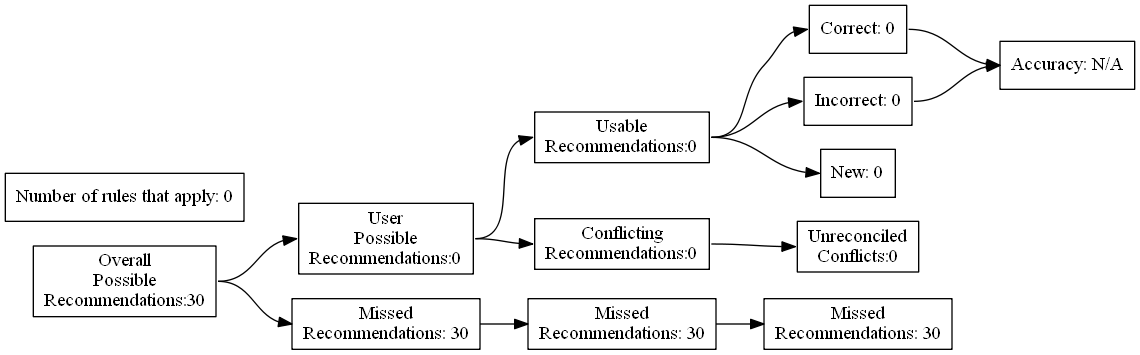
Before: test_renders/4.gv.png, a diagram exported from Graphviz (ZaxR/ibd_diet_analysis). Its source is kept beside it as test_renders/4.gv.
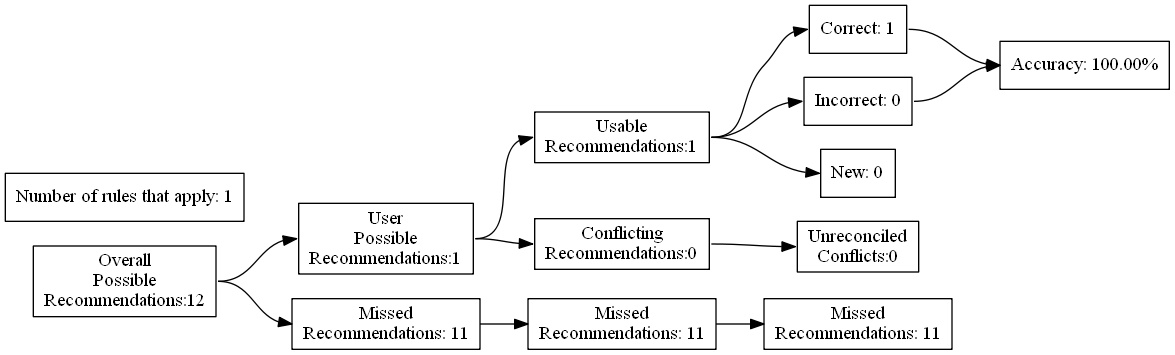
After the change.

What changed in the source:
```diff
@@ -4,27 +4,27 @@
 	edge [headport=w tailport=e]
 		A [label="Overall
 Possible
-Recommendations:30"]
+Recommendations:12"]
 		B [label="User
 Possible
-Recommendations:0"]
+Recommendations:1"]
 		C [label="Missed
-Recommendations: 30"]
+Recommendations: 11"]
 		D [label="Usable
-Recommendations:0"]
+Recommendations:1"]
 		E [label="Conflicting
 Recommendations:0"]
 		J [label="Missed
-Recommendations: 30"]
+Recommendations: 11"]
 		M [label="Unreconciled
 Conflicts:0"]
-		F [label="Correct: 0"]
+		F [label="Correct: 1"]
 		G [label="Incorrect: 0"]
 		H [label="New: 0"]
 		K [label="Missed
-Recommendations: 30"]
-		I [label="Accuracy: N/A"]
-		l [label="Number of rules that apply: 0"]
+Recommendations: 11"]
+		I [label="Accuracy: 100.00%"]
+		l [label="Number of rules that apply: 1"]
 			A -> B
 			A -> C
 			B -> D
```
